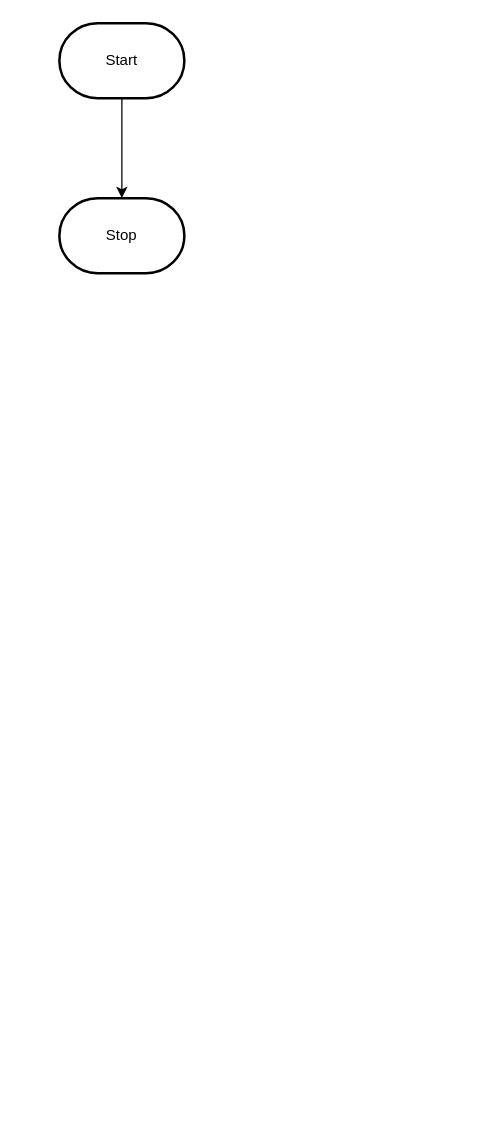
Earlier version of the draw.io diagram design/flowchart.drawio (MTHS-TEJ2O-1-2023/TEJ2O-Unit-5-07-Jack-Eddy). Source tidied: cells renumbered, new cells numbered last; positions are measured from the earlier drawing's top-left corner, leaving out a move shared by most shapes. Both pictures are drawn from the tidied source at 125%, with x=0, y=0 at pixel (59, 22).
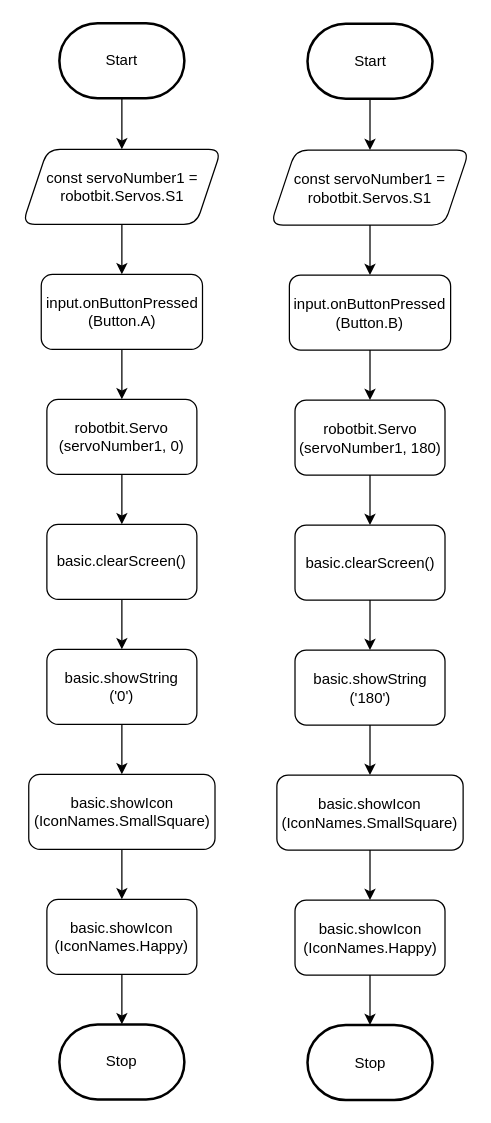
The same diagram, later.

Unchanged cells that the change refers to:
```xml
<mxCell id="3" value="Start" style="strokeWidth=2;html=1;shape=mxgraph.flowchart.terminator;whiteSpace=wrap;" parent="1" vertex="1">
  <mxGeometry width="100" height="60" as="geometry" />
</mxCell>
```

Change to the diagram source:
```diff
@@
-    <mxCell id="2" style="edgeStyle=orthogonalEdgeStyle;html=1;rounded=0;" parent="1" edge="1" source="3" target="4">
-      <mxGeometry relative="1" as="geometry" />
-    </mxCell>
+    <mxCell id="5" style="edgeStyle=none;html=1;exitX=0.5;exitY=1;exitDx=0;exitDy=0;exitPerimeter=0;entryX=0.5;entryY=0;entryDx=0;entryDy=0;" parent="1" edge="1" source="3" target="7">
+      <mxGeometry relative="1" as="geometry" />
+    </mxCell>
@@
     <mxCell id="4" value="Stop" style="strokeWidth=2;html=1;shape=mxgraph.flowchart.terminator;whiteSpace=wrap;" parent="1" vertex="1">
-      <mxGeometry y="140" width="100" height="60" as="geometry" />
+      <mxGeometry y="801" width="100" height="60" as="geometry" />
     </mxCell>
+    <mxCell id="6" style="edgeStyle=none;html=1;exitX=0.5;exitY=1;exitDx=0;exitDy=0;" parent="1" edge="1" source="7" target="9">
+      <mxGeometry relative="1" as="geometry" />
+    </mxCell>
+    <mxCell id="7" value="const servoNumber1 = robotbit.Servos.S1" style="shape=parallelogram;perimeter=parallelogramPerimeter;whiteSpace=wrap;html=1;fixedSize=1;rounded=1;" parent="1" vertex="1">
+      <mxGeometry x="-29.5" y="101" width="159" height="60" as="geometry" />
+    </mxCell>
+    <mxCell id="8" style="edgeStyle=none;html=1;exitX=0.5;exitY=1;exitDx=0;exitDy=0;" parent="1" edge="1" source="9" target="11">
+      <mxGeometry relative="1" as="geometry" />
+    </mxCell>
+    <mxCell id="9" value="input.onButtonPressed&lt;br&gt;(Button.A)" style="rounded=1;whiteSpace=wrap;html=1;" parent="1" vertex="1">
+      <mxGeometry x="-14.5" y="201" width="129" height="60" as="geometry" />
+    </mxCell>
+    <mxCell id="10" style="edgeStyle=none;html=1;exitX=0.5;exitY=1;exitDx=0;exitDy=0;entryX=0.5;entryY=0;entryDx=0;entryDy=0;" parent="1" edge="1" source="11" target="13">
+      <mxGeometry relative="1" as="geometry" />
+    </mxCell>
+    <mxCell id="11" value="robotbit.Servo&lt;br&gt;(servoNumber1, 0)" style="rounded=1;whiteSpace=wrap;html=1;" parent="1" vertex="1">
+      <mxGeometry x="-10" y="301" width="120" height="60" as="geometry" />
+    </mxCell>
+    <mxCell id="12" style="edgeStyle=none;html=1;exitX=0.5;exitY=1;exitDx=0;exitDy=0;" parent="1" edge="1" source="13" target="15">
+      <mxGeometry relative="1" as="geometry" />
+    </mxCell>
+    <mxCell id="13" value="basic.clearScreen()" style="rounded=1;whiteSpace=wrap;html=1;" parent="1" vertex="1">
+      <mxGeometry x="-10" y="401" width="120" height="60" as="geometry" />
+    </mxCell>
+    <mxCell id="14" style="edgeStyle=none;html=1;exitX=0.5;exitY=1;exitDx=0;exitDy=0;" parent="1" edge="1" source="15" target="17">
+      <mxGeometry relative="1" as="geometry" />
+    </mxCell>
+    <mxCell id="15" value="basic.showString&lt;br&gt;('0')" style="rounded=1;whiteSpace=wrap;html=1;" parent="1" vertex="1">
+      <mxGeometry x="-10" y="501" width="120" height="60" as="geometry" />
+    </mxCell>
+    <mxCell id="16" style="edgeStyle=none;html=1;exitX=0.5;exitY=1;exitDx=0;exitDy=0;" parent="1" edge="1" source="17" target="19">
+      <mxGeometry relative="1" as="geometry" />
+    </mxCell>
+    <mxCell id="17" value="basic.showIcon&lt;br&gt;(IconNames.SmallSquare)" style="rounded=1;whiteSpace=wrap;html=1;" parent="1" vertex="1">
+      <mxGeometry x="-24.5" y="601" width="149" height="60" as="geometry" />
+    </mxCell>
+    <mxCell id="18" style="edgeStyle=none;html=1;exitX=0.5;exitY=1;exitDx=0;exitDy=0;entryX=0.5;entryY=0;entryDx=0;entryDy=0;entryPerimeter=0;" parent="1" edge="1" source="19" target="4">
+      <mxGeometry relative="1" as="geometry" />
+    </mxCell>
+    <mxCell id="19" value="basic.showIcon&lt;br&gt;(IconNames.Happy)" style="rounded=1;whiteSpace=wrap;html=1;" parent="1" vertex="1">
+      <mxGeometry x="-10" y="701" width="120" height="60" as="geometry" />
+    </mxCell>
+    <mxCell id="20" style="edgeStyle=none;html=1;exitX=0.5;exitY=1;exitDx=0;exitDy=0;exitPerimeter=0;entryX=0.5;entryY=0;entryDx=0;entryDy=0;" parent="1" edge="1" source="21" target="24">
+      <mxGeometry relative="1" as="geometry" />
+    </mxCell>
+    <mxCell id="21" value="Start" style="strokeWidth=2;html=1;shape=mxgraph.flowchart.terminator;whiteSpace=wrap;" parent="1" vertex="1">
+      <mxGeometry x="198.5" y="0.5" width="100" height="60" as="geometry" />
+    </mxCell>
+    <mxCell id="22" value="Stop" style="strokeWidth=2;html=1;shape=mxgraph.flowchart.terminator;whiteSpace=wrap;" parent="1" vertex="1">
+      <mxGeometry x="198.5" y="801.5" width="100" height="60" as="geometry" />
+    </mxCell>
+    <mxCell id="23" style="edgeStyle=none;html=1;exitX=0.5;exitY=1;exitDx=0;exitDy=0;" parent="1" edge="1" source="24" target="26">
+      <mxGeometry relative="1" as="geometry" />
+    </mxCell>
+    <mxCell id="24" value="const servoNumber1 = robotbit.Servos.S1" style="shape=parallelogram;perimeter=parallelogramPerimeter;whiteSpace=wrap;html=1;fixedSize=1;rounded=1;" parent="1" vertex="1">
+      <mxGeometry x="169" y="101.5" width="159" height="60" as="geometry" />
+    </mxCell>
+    <mxCell id="25" style="edgeStyle=none;html=1;exitX=0.5;exitY=1;exitDx=0;exitDy=0;" parent="1" edge="1" source="26" target="28">
+      <mxGeometry relative="1" as="geometry" />
+    </mxCell>
+    <mxCell id="26" value="input.onButtonPressed&lt;br&gt;(Button.B)" style="rounded=1;whiteSpace=wrap;html=1;" parent="1" vertex="1">
+      <mxGeometry x="184" y="201.5" width="129" height="60" as="geometry" />
+    </mxCell>
+    <mxCell id="27" style="edgeStyle=none;html=1;exitX=0.5;exitY=1;exitDx=0;exitDy=0;entryX=0.5;entryY=0;entryDx=0;entryDy=0;" parent="1" edge="1" source="28" target="30">
+      <mxGeometry relative="1" as="geometry" />
+    </mxCell>
+    <mxCell id="28" value="robotbit.Servo&lt;br&gt;(servoNumber1, 180)" style="rounded=1;whiteSpace=wrap;html=1;" parent="1" vertex="1">
+      <mxGeometry x="188.5" y="301.5" width="120" height="60" as="geometry" />
+    </mxCell>
+    <mxCell id="29" style="edgeStyle=none;html=1;exitX=0.5;exitY=1;exitDx=0;exitDy=0;" parent="1" edge="1" source="30" target="32">
+      <mxGeometry relative="1" as="geometry" />
+    </mxCell>
+    <mxCell id="30" value="basic.clearScreen()" style="rounded=1;whiteSpace=wrap;html=1;" parent="1" vertex="1">
+      <mxGeometry x="188.5" y="401.5" width="120" height="60" as="geometry" />
+    </mxCell>
+    <mxCell id="31" style="edgeStyle=none;html=1;exitX=0.5;exitY=1;exitDx=0;exitDy=0;" parent="1" edge="1" source="32" target="34">
+      <mxGeometry relative="1" as="geometry" />
+    </mxCell>
+    <mxCell id="32" value="basic.showString&lt;br&gt;('180')" style="rounded=1;whiteSpace=wrap;html=1;" parent="1" vertex="1">
+      <mxGeometry x="188.5" y="501.5" width="120" height="60" as="geometry" />
+    </mxCell>
+    <mxCell id="33" style="edgeStyle=none;html=1;exitX=0.5;exitY=1;exitDx=0;exitDy=0;" parent="1" edge="1" source="34" target="36">
+      <mxGeometry relative="1" as="geometry" />
+    </mxCell>
+    <mxCell id="34" value="basic.showIcon&lt;br&gt;(IconNames.SmallSquare)" style="rounded=1;whiteSpace=wrap;html=1;" parent="1" vertex="1">
+      <mxGeometry x="174" y="601.5" width="149" height="60" as="geometry" />
+    </mxCell>
+    <mxCell id="35" style="edgeStyle=none;html=1;exitX=0.5;exitY=1;exitDx=0;exitDy=0;entryX=0.5;entryY=0;entryDx=0;entryDy=0;entryPerimeter=0;" parent="1" edge="1" source="36" target="22">
+      <mxGeometry relative="1" as="geometry" />
+    </mxCell>
+    <mxCell id="36" value="basic.showIcon&lt;br&gt;(IconNames.Happy)" style="rounded=1;whiteSpace=wrap;html=1;" parent="1" vertex="1">
+      <mxGeometry x="188.5" y="701.5" width="120" height="60" as="geometry" />
+    </mxCell>
```
